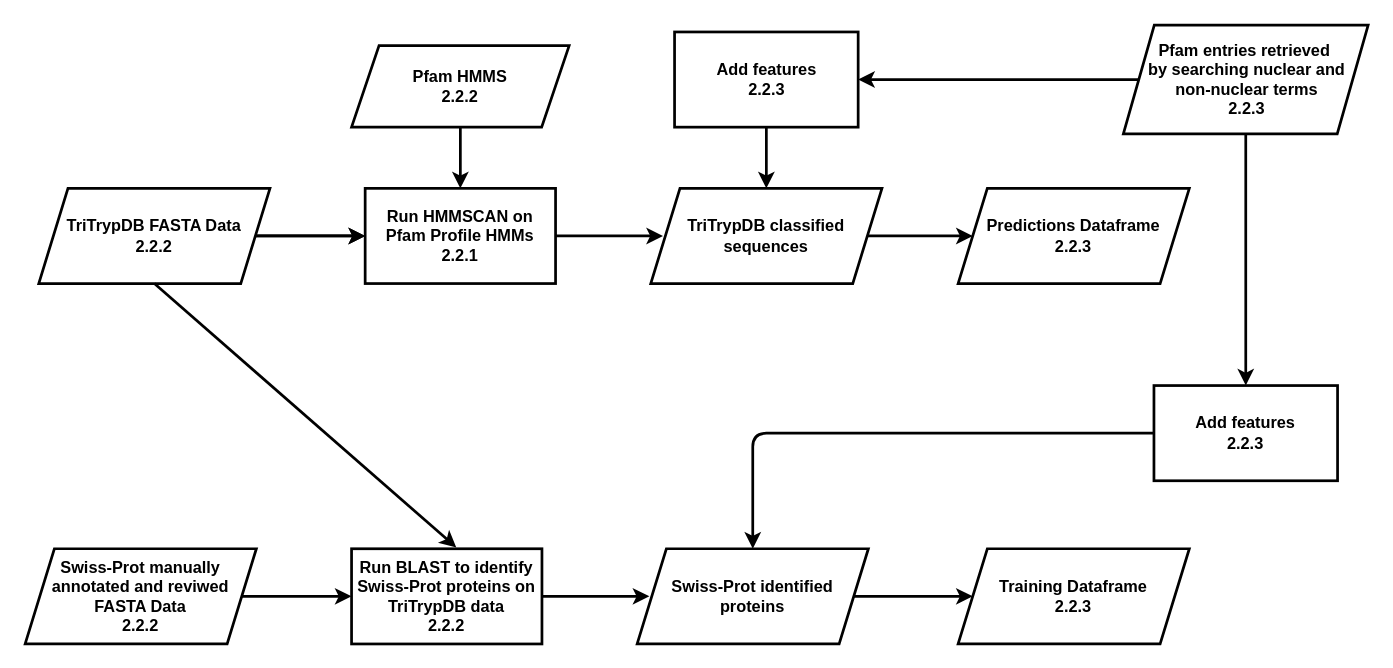
Earlier version of the draw.io diagram src/diagrama_dados.drawio (msreis/Multiresolution-nuclear-protein-classifier). Source tidied: cells renumbered, new cells numbered last; positions are measured from the earlier drawing's top-left corner, leaving out a move shared by most shapes. Both pictures are drawn from the tidied source at 136%, with x=0, y=0 at pixel (24, 24).
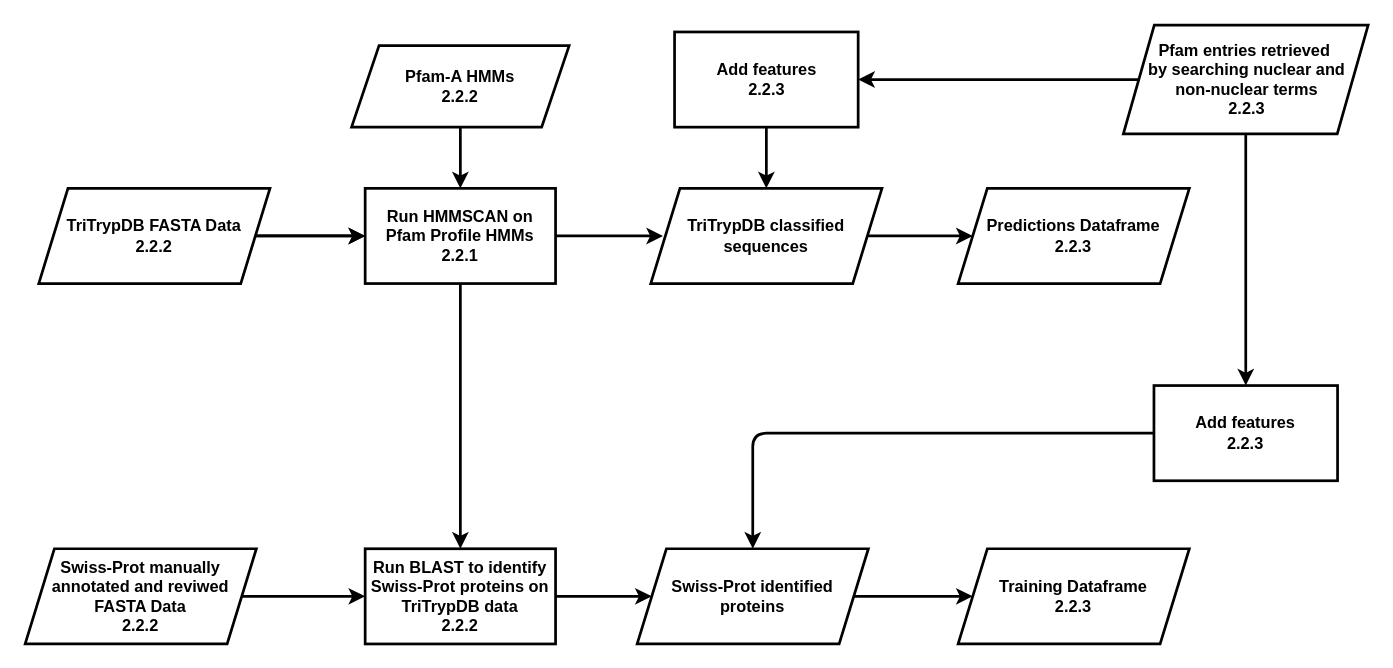
Above is the later version.

The change refers to these unchanged cells:
```xml
<mxCell id="2" value="&lt;b&gt;Run HMMSCAN on Pfam Profile HMMs&lt;br&gt;2.2.1&lt;br&gt;&lt;/b&gt;" style="rounded=0;whiteSpace=wrap;html=1;fontSize=12;fillColor=#ffffff;strokeWidth=2;" parent="1" vertex="1">
  <mxGeometry x="250" y="120" width="140" height="70" as="geometry" />
</mxCell>
<mxCell id="4" value="&lt;b&gt;TriTrypDB FASTA Data&lt;br&gt;2.2.2&lt;br&gt;&lt;/b&gt;" style="shape=parallelogram;perimeter=parallelogramPerimeter;whiteSpace=wrap;html=1;strokeWidth=2;fillColor=#ffffff;fontSize=12;size=0.12631578947368421;" parent="1" vertex="1">
  <mxGeometry x="10" y="120" width="170" height="70" as="geometry" />
</mxCell>
<mxCell id="16" value="&lt;b&gt;Swiss-Prot identified proteins&lt;br&gt;&lt;/b&gt;" style="shape=parallelogram;perimeter=parallelogramPerimeter;whiteSpace=wrap;html=1;strokeWidth=2;fillColor=#ffffff;fontSize=12;size=0.12631578947368421;" parent="1" vertex="1">
  <mxGeometry x="450" y="385" width="170" height="70" as="geometry" />
</mxCell>
```

The edit, as a diff of the source:
```diff
@@
-    <mxCell id="10" value="&lt;b&gt;Pfam HMMS&lt;br&gt;2.2.2&lt;br&gt;&lt;/b&gt;" style="shape=parallelogram;perimeter=parallelogramPerimeter;whiteSpace=wrap;html=1;strokeWidth=2;fillColor=#ffffff;fontSize=12;size=0.12631578947368421;" parent="1" vertex="1">
+    <mxCell id="10" value="&lt;b&gt;Pfam-A HMMs&lt;br&gt;2.2.2&lt;br&gt;&lt;/b&gt;" style="shape=parallelogram;perimeter=parallelogramPerimeter;whiteSpace=wrap;html=1;strokeWidth=2;fillColor=#ffffff;fontSize=12;size=0.12631578947368421;" parent="1" vertex="1">
       <mxGeometry x="240" y="15" width="160" height="60" as="geometry" />
     </mxCell>
@@
-    <mxCell id="12" style="endArrow=classic;html=1;strokeWidth=2;fontSize=12;exitX=0.5;exitY=1;exitDx=0;exitDy=0;entryX=0.55;entryY=-0.014;entryDx=0;entryDy=0;entryPerimeter=0;" parent="1" edge="1" source="4" target="14">
+    <mxCell id="12" style="endArrow=classic;html=1;strokeWidth=2;fontSize=12;exitX=0.5;exitY=1;exitDx=0;exitDy=0;entryX=0.5;entryY=0;entryDx=0;entryDy=0;" parent="1" edge="1" source="2" target="14">
       <mxGeometry relative="1" as="geometry" />
     </mxCell>
@@
     <mxCell id="14" value="&lt;b&gt;Run BLAST to identify Swiss-Prot proteins on TriTrypDB data&lt;br&gt;2.2.2&lt;br&gt;&lt;/b&gt;" style="rounded=0;whiteSpace=wrap;html=1;fontSize=12;fillColor=#ffffff;strokeWidth=2;" parent="1" vertex="1">
-      <mxGeometry x="240" y="385" width="140" height="70" as="geometry" />
+      <mxGeometry x="250" y="385" width="140" height="70" as="geometry" />
     </mxCell>
-    <mxCell id="15" style="endArrow=classic;html=1;fontSize=12;exitX=1;exitY=0.5;exitDx=0;exitDy=0;entryX=0;entryY=0.5;entryDx=0;entryDy=0;strokeWidth=2;" parent="1" edge="1">
-      <mxGeometry relative="1" as="geometry">
-        <mxPoint x="380" y="420" as="sourcePoint" />
-        <mxPoint x="459" y="420" as="targetPoint" />
-      </mxGeometry>
+    <mxCell id="15" style="endArrow=classic;html=1;fontSize=12;entryX=0;entryY=0.5;entryDx=0;entryDy=0;strokeWidth=2;exitX=1;exitY=0.5;exitDx=0;exitDy=0;" parent="1" edge="1" source="14" target="16">
+      <mxGeometry relative="1" as="geometry" />
     </mxCell>
```
